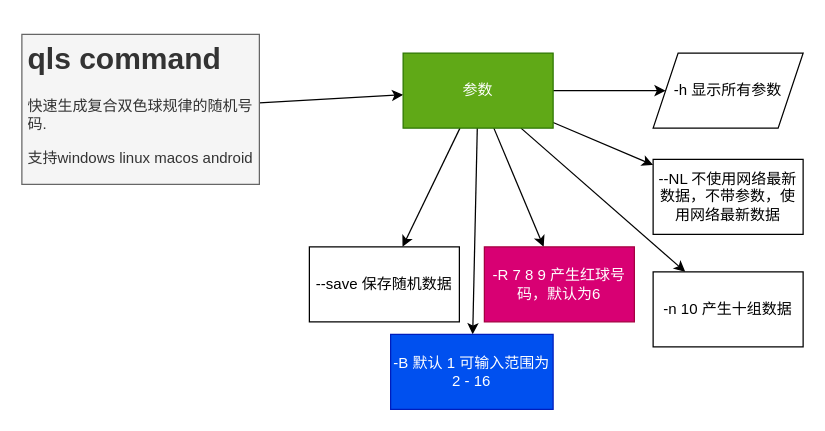
Above: minde.drawio in JogFeelingVI/JackpotMaximizer (draw.io), before the change. Source tidied: cells renumbered, new cells numbered last; positions are measured from the earlier drawing's top-left corner, leaving out a move shared by most shapes. Both pictures are drawn from the tidied source at 125%, with x=0, y=0 at pixel (21, 34).
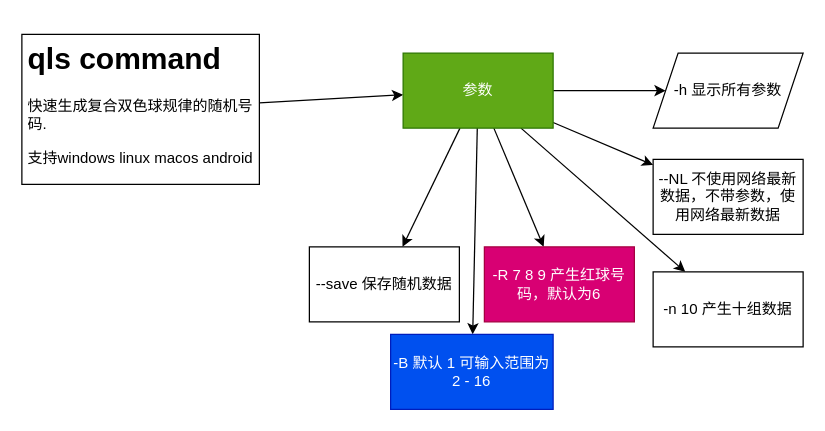
The same diagram, later.

What changed in the source:
```diff
@@
 <mxGraphModel>
   <root>
     <mxCell id="0" />
     <mxCell id="1" parent="0" />
     <mxCell id="2" style="edgeStyle=none;html=1;" parent="1" edge="1" source="3" target="10">
       <mxGeometry relative="1" as="geometry" />
     </mxCell>
-    <mxCell id="3" value="&lt;h1&gt;qls command&lt;/h1&gt;&lt;p&gt;快速生成复合双色球规律的随机号码.&amp;nbsp;&lt;/p&gt;&lt;p&gt;支持windows linux macos android&lt;/p&gt;" style="text;html=1;spacing=5;spacingTop=-20;whiteSpace=wrap;overflow=hidden;rounded=0;fillColor=#f5f5f5;fontColor=#333333;strokeColor=#666666;" parent="1" vertex="1">
+    <mxCell id="3" value="&lt;h1&gt;qls command&lt;/h1&gt;&lt;p&gt;快速生成复合双色球规律的随机号码.&amp;nbsp;&lt;/p&gt;&lt;p&gt;支持windows linux macos android&lt;/p&gt;" style="text;html=1;spacing=5;spacingTop=-20;whiteSpace=wrap;overflow=hidden;rounded=0;strokeColor=default;" parent="1" vertex="1">
       <mxGeometry width="190" height="120" as="geometry" />
     </mxCell>
     <mxCell id="4" style="edgeStyle=none;html=1;" parent="1" edge="1" source="10" target="11">
       <mxGeometry relative="1" as="geometry" />
     </mxCell>
     <mxCell id="5" style="edgeStyle=none;html=1;" parent="1" edge="1" source="10" target="12">
       <mxGeometry relative="1" as="geometry" />
     </mxCell>
     <mxCell id="6" style="edgeStyle=none;html=1;" parent="1" edge="1" source="10" target="13">
       <mxGeometry relative="1" as="geometry" />
     </mxCell>
     <mxCell id="7" style="edgeStyle=none;html=1;" parent="1" edge="1" source="10" target="14">
       <mxGeometry relative="1" as="geometry" />
     </mxCell>
     <mxCell id="8" style="edgeStyle=none;html=1;" parent="1" edge="1" source="10" target="15">
       <mxGeometry relative="1" as="geometry" />
     </mxCell>
     <mxCell id="9" style="edgeStyle=none;html=1;" parent="1" edge="1" source="10" target="16">
       <mxGeometry relative="1" as="geometry" />
     </mxCell>
     <mxCell id="10" value="参数" style="whiteSpace=wrap;html=1;fillColor=#60a917;fontColor=#ffffff;strokeColor=#2D7600;" parent="1" vertex="1">
       <mxGeometry x="305" y="15" width="120" height="60" as="geometry" />
     </mxCell>
     <mxCell id="11" value="-h 显示所有参数" style="shape=parallelogram;perimeter=parallelogramPerimeter;whiteSpace=wrap;html=1;fixedSize=1;" parent="1" vertex="1">
       <mxGeometry x="505" y="15" width="120" height="60" as="geometry" />
     </mxCell>
     <mxCell id="12" value="--NL 不使用网络最新数据，不带参数，使用网络最新数据" style="whiteSpace=wrap;html=1;" parent="1" vertex="1">
       <mxGeometry x="505" y="100" width="120" height="60" as="geometry" />
     </mxCell>
     <mxCell id="13" value="-n 10 产生十组数据" style="whiteSpace=wrap;html=1;" parent="1" vertex="1">
       <mxGeometry x="505" y="190" width="120" height="60" as="geometry" />
     </mxCell>
     <mxCell id="14" value="-R 7 8 9 产生红球号码，默认为6" style="whiteSpace=wrap;html=1;fillColor=#d80073;fontColor=#ffffff;strokeColor=#A50040;" parent="1" vertex="1">
       <mxGeometry x="370" y="170" width="120" height="60" as="geometry" />
     </mxCell>
     <mxCell id="15" value="-B 默认 1 可输入范围为 2 - 16" style="whiteSpace=wrap;html=1;fillColor=#0050ef;fontColor=#ffffff;strokeColor=#001DBC;" parent="1" vertex="1">
       <mxGeometry x="295" y="240" width="130" height="60" as="geometry" />
     </mxCell>
     <mxCell id="16" value="--save 保存随机数据" style="whiteSpace=wrap;html=1;" parent="1" vertex="1">
       <mxGeometry x="230" y="170" width="120" height="60" as="geometry" />
     </mxCell>
   </root>
 </mxGraphModel>
```
